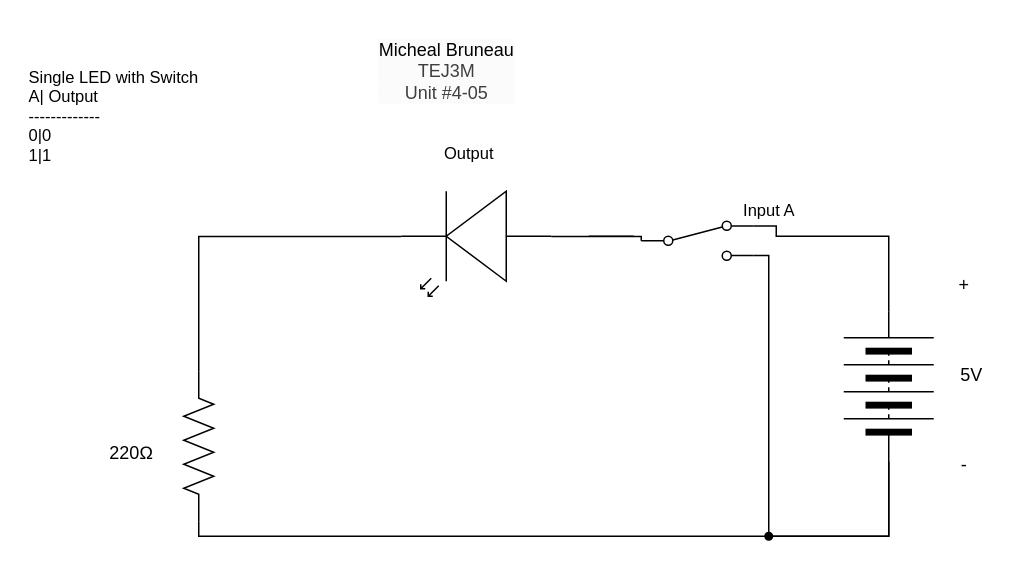
Earlier version of the draw.io diagram TEJ3M 4-05/schematic diagram.drawio (michael-bruneau/TEJ3M-Unit-4). Source tidied: cells renumbered, new cells numbered last; positions are measured from the earlier drawing's top-left corner, leaving out a move shared by most shapes. Both pictures are drawn from the tidied source at 150%, with x=0, y=0 at pixel (26, 26).
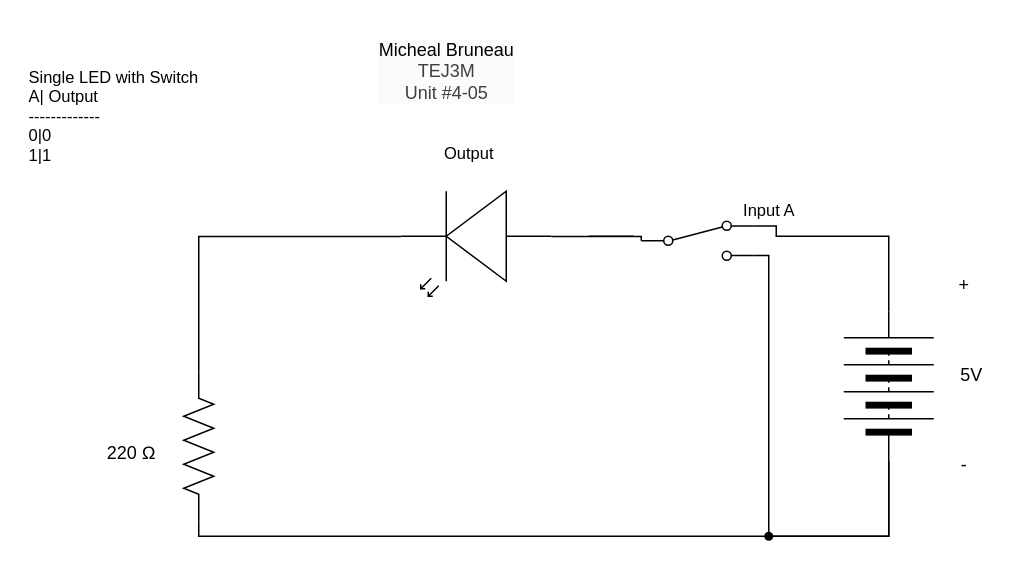
The same diagram, later.

Change to the diagram source:
```diff
@@
-    <mxCell id="9" value="220Ω" style="text;html=1;align=center;verticalAlign=middle;strokeColor=none;fillColor=none;" parent="1" vertex="1">
-      <mxGeometry x="45" y="270" width="50" height="30" as="geometry" />
+    <mxCell id="9" value="220 Ω" style="text;html=1;align=center;verticalAlign=middle;strokeColor=none;fillColor=none;" parent="1" vertex="1">
+      <mxGeometry x="40" y="270" width="60" height="30" as="geometry" />
     </mxCell>
```
